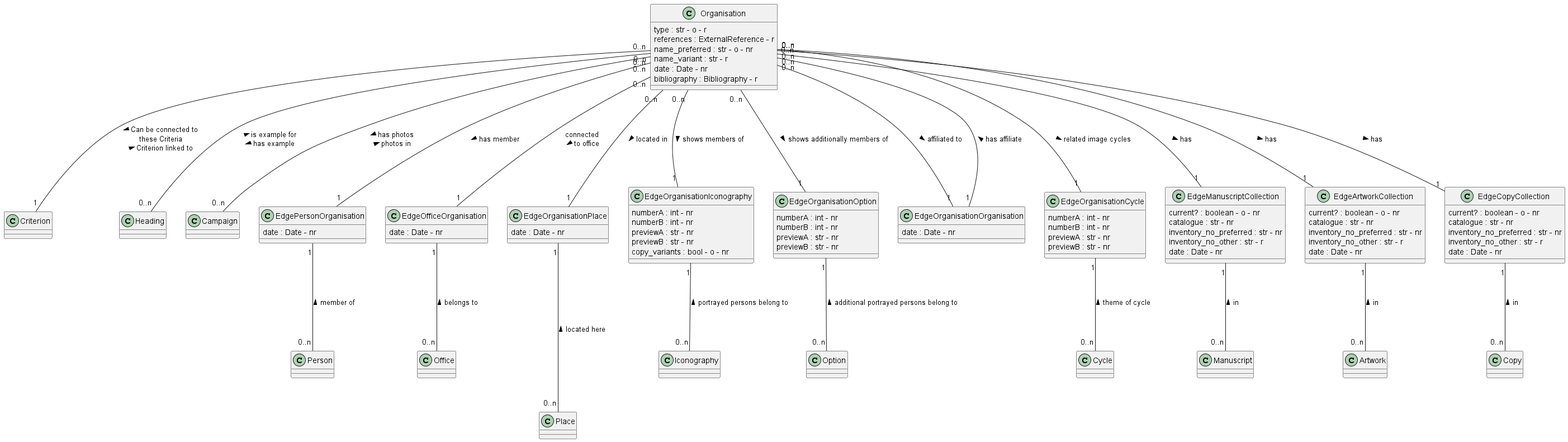
Before: documentation/class_diagrams/Organisation.png, a diagram exported from PlantUML (tmasch/bpf_be).
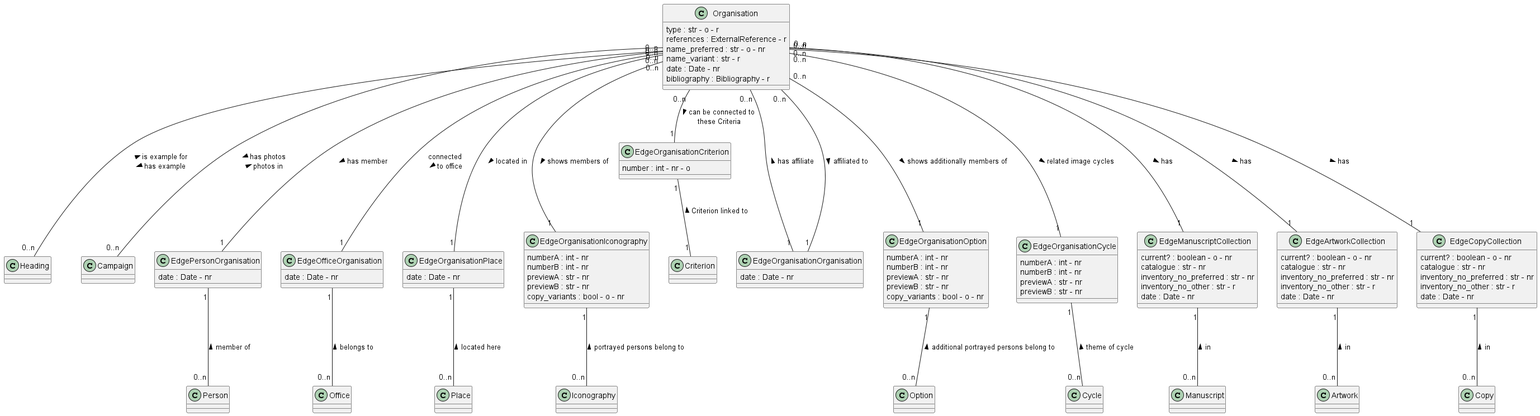
The same diagram one commit later.

What changed in the source:
```diff
@@ -1,4 +1,4 @@
-@startuml
+@startuml Organisation
 class Organisation
 Organisation : type : str - o - r
 Organisation : references : ExternalReference - r
@@ -19,7 +19,6 @@
 class Option
 
 class Criterion
-
 
 class Cycle
 
@@ -43,7 +42,6 @@
 class EdgeOfficeOrganisation
 EdgeOfficeOrganisation : date : Date - nr
 
-
 class EdgeOrganisationPlace
 EdgeOrganisationPlace : date : Date - nr
 
@@ -54,11 +52,15 @@
 EdgeOrganisationIconography : previewB : str - nr
 EdgeOrganisationIconography : copy_variants : bool - o - nr
 
+class EdgeOrganisationCriterion
+EdgeOrganisationCriterion : number : int - nr - o
+
 class EdgeOrganisationOption
 EdgeOrganisationOption : numberA : int - nr
 EdgeOrganisationOption : numberB : int - nr
 EdgeOrganisationOption : previewA : str - nr
 EdgeOrganisationOption : previewB : str - nr
+EdgeOrganisationOption : copy_variants : bool - o - nr
 
 class EdgeOrganisationCycle
 EdgeOrganisationCycle : numberA : int - nr
@@ -100,15 +102,16 @@
 
 
 Organisation "0..n" --- "1" EdgeOrganisationPlace : located in >
-EdgeOrganisationPlace "1" ---- "0..n" Place : located here <
+EdgeOrganisationPlace "1" --- "0..n" Place : located here <
 
 Organisation "0..n" --- "1" EdgeOrganisationIconography : shows members of >
 EdgeOrganisationIconography "1" --- "0..n" Iconography : portrayed persons belong to <
 
+Organisation "0..n" -- "1" EdgeOrganisationCriterion : > can be connected to \n these Criteria
+EdgeOrganisationCriterion "1" -- "1" Criterion : \n Criterion linked to <
+
 Organisation "0..n" --- "1" EdgeOrganisationOption : shows additionally members of >
 EdgeOrganisationOption "1" --- "0..n" Option : additional portrayed persons belong to <
-
-Organisation "0..n" --- "1" Criterion : > Can be connected to \n these Criteria \n Criterion linked to <
 
 Organisation "0..n" --- "1" EdgeOrganisationCycle : related image cycles >
 EdgeOrganisationCycle "1" --- "0..n" Cycle : theme of cycle <
```
